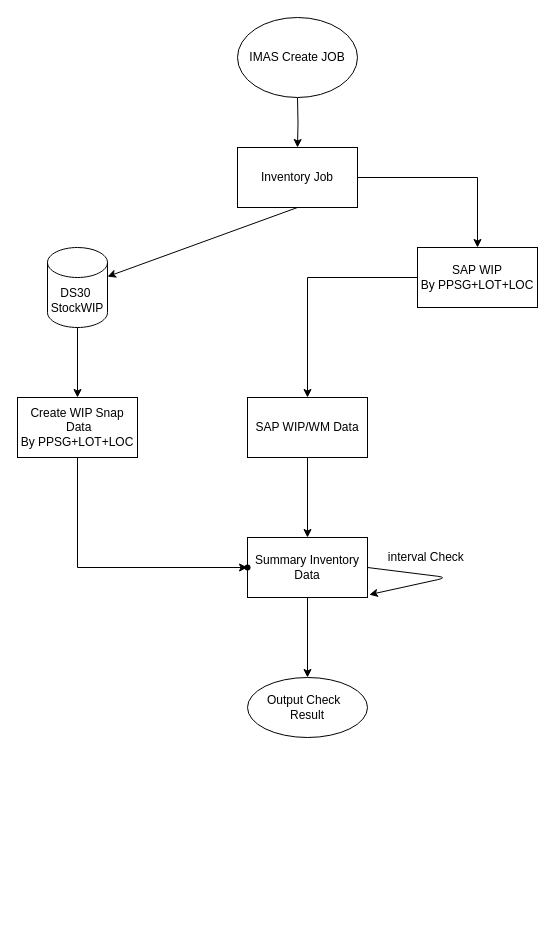
Above: eWM-AutoInventoryCheck.drawio in Charles886/DrawIO (draw.io), before the change. Source tidied: cells renumbered, new cells numbered last; positions are measured from the earlier drawing's top-left corner, leaving out a move shared by most shapes. Both pictures are drawn from the tidied source at 100%, with x=0, y=0 at pixel (17, 17).
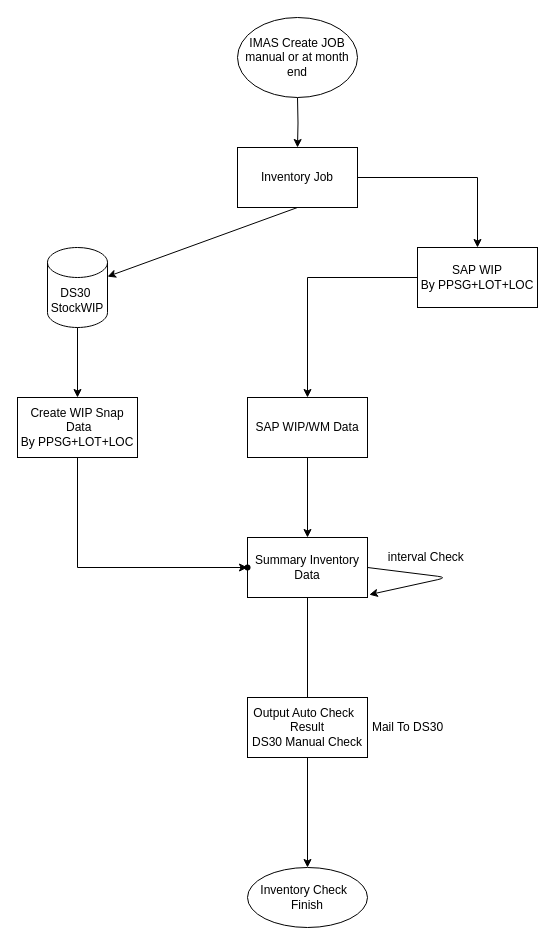
After the change.

What changed in the source:
```diff
@@
-    <mxCell id="17" value="Output Check&amp;nbsp;&amp;nbsp;&lt;br&gt;Result" style="ellipse;whiteSpace=wrap;html=1;rounded=0;" parent="1" vertex="1">
-      <mxGeometry x="230" y="660" width="120" height="60" as="geometry" />
+    <mxCell id="17" value="Inventory Check&amp;nbsp;&amp;nbsp;&lt;br&gt;Finish" style="ellipse;whiteSpace=wrap;html=1;rounded=0;" parent="1" vertex="1">
+      <mxGeometry x="230" y="850" width="120" height="60" as="geometry" />
     </mxCell>
-    <mxCell id="18" value="&lt;span&gt;IMAS Create JOB&lt;/span&gt;" style="ellipse;whiteSpace=wrap;html=1;" parent="1" vertex="1">
+    <mxCell id="18" value="&lt;span&gt;IMAS Create JOB&lt;br&gt;manual or at month end&lt;br&gt;&lt;/span&gt;" style="ellipse;whiteSpace=wrap;html=1;" parent="1" vertex="1">
       <mxGeometry x="220" width="120" height="80" as="geometry" />
     </mxCell>
@@
+    <mxCell id="21" value="Output Auto Check&amp;nbsp;&amp;nbsp;&lt;br&gt;Result&lt;br&gt;DS30 Manual Check" style="rounded=0;whiteSpace=wrap;html=1;" parent="1" vertex="1">
+      <mxGeometry x="230" y="680" width="120" height="60" as="geometry" />
+    </mxCell>
+    <mxCell id="22" value="Mail To DS30" style="text;html=1;align=center;verticalAlign=middle;strokeColor=none;" parent="1" vertex="1">
+      <mxGeometry x="345" y="700" width="90" height="20" as="geometry" />
+    </mxCell>
```
